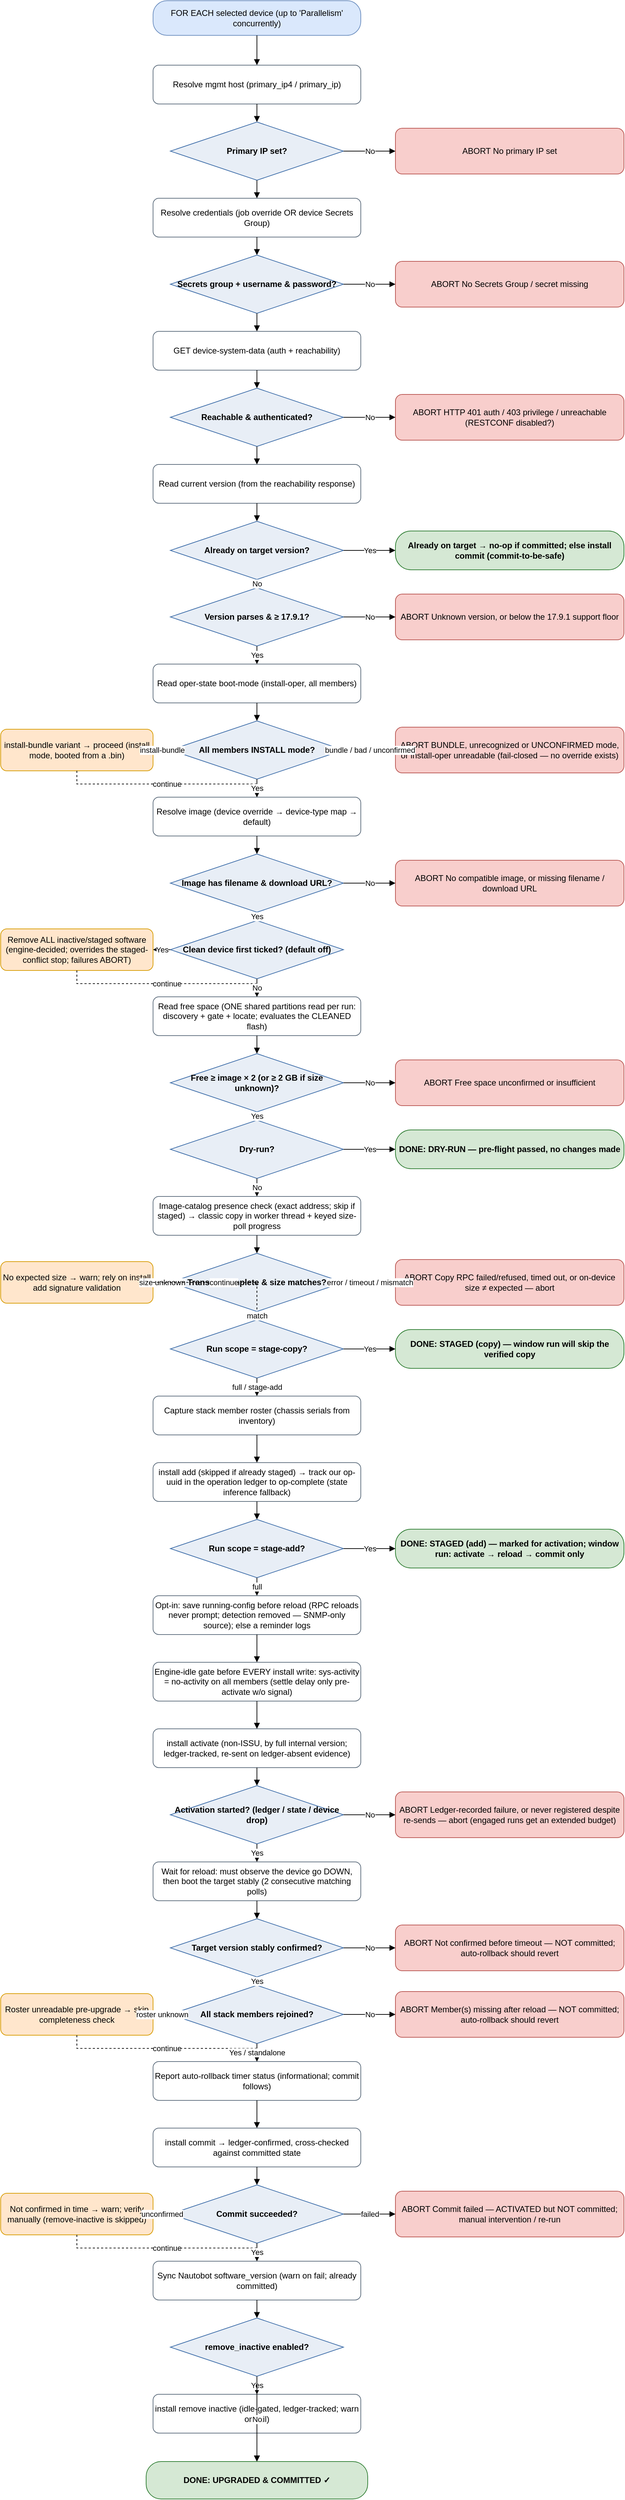
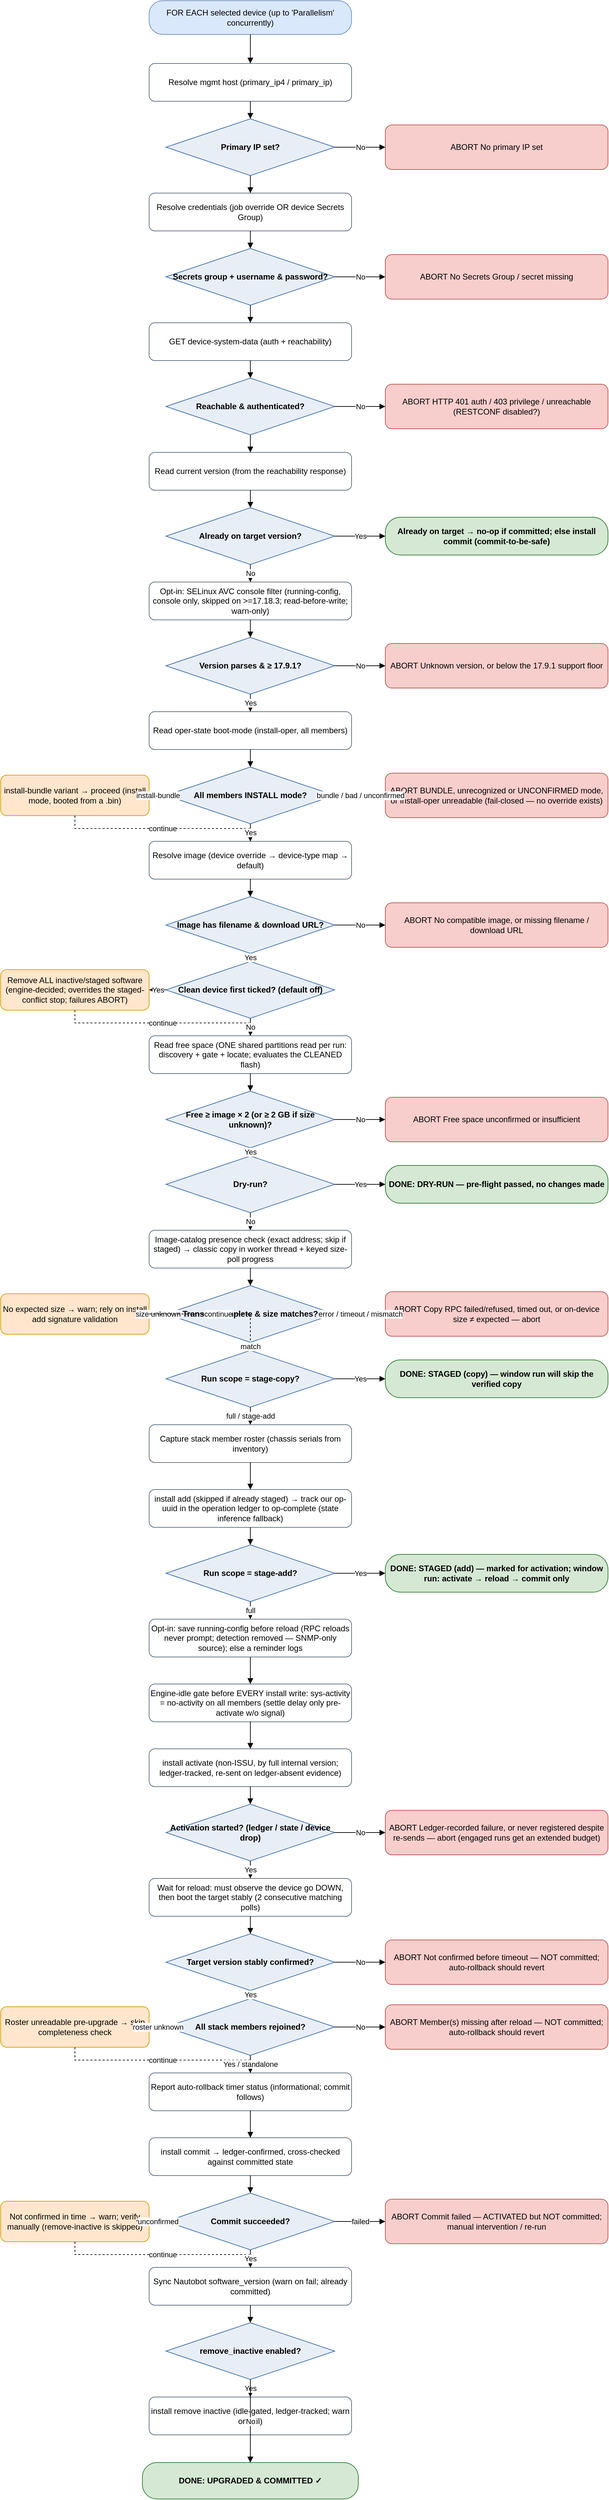
<mxfile host="app.diagrams.net" type="device">
  <diagram name="IOS-XE upgrade flow" id="iosxe-upgrade-flow">
    <mxGraphModel dx="1000" dy="2000" grid="1" gridSize="10" guides="1" tooltips="1"
        connect="1" arrows="1" fold="1" page="1" pageScale="1" math="0" shadow="0">
      <root>
        <mxCell id="0"/>
        <mxCell id="1" parent="0"/>
        <mxCell id="start" value="FOR EACH selected device&amp;#10;(up to &#x27;Parallelism&#x27; concurrently)" style="rounded=1;arcSize=40;whiteSpace=wrap;html=1;fillColor=#DAE8FC;strokeColor=#6C8EBF;" vertex="1" parent="1"><mxGeometry x="250" y="31" width="300" height="50" as="geometry"/></mxCell>
        <mxCell id="host" value="Resolve mgmt host&amp;#10;(primary_ip4 / primary_ip)" style="rounded=1;whiteSpace=wrap;html=1;fillColor=#FFFFFF;strokeColor=#5B6B7B;" vertex="1" parent="1"><mxGeometry x="250" y="124" width="300" height="56" as="geometry"/></mxCell>
        <mxCell id="d_ip" value="Primary IP set?" style="rhombus;whiteSpace=wrap;html=1;fillColor=#E8EEF6;strokeColor=#3C6CA8;fontStyle=1;" vertex="1" parent="1"><mxGeometry x="275" y="206" width="250" height="84" as="geometry"/></mxCell>
        <mxCell id="cred" value="Resolve credentials&amp;#10;(job override OR device Secrets Group)" style="rounded=1;whiteSpace=wrap;html=1;fillColor=#FFFFFF;strokeColor=#5B6B7B;" vertex="1" parent="1"><mxGeometry x="250" y="316" width="300" height="56" as="geometry"/></mxCell>
        <mxCell id="d_cred" value="Secrets group +&amp;#10;username &amp; password?" style="rhombus;whiteSpace=wrap;html=1;fillColor=#E8EEF6;strokeColor=#3C6CA8;fontStyle=1;" vertex="1" parent="1"><mxGeometry x="275" y="398" width="250" height="84" as="geometry"/></mxCell>
        <mxCell id="reach" value="GET device-system-data&amp;#10;(auth + reachability)" style="rounded=1;whiteSpace=wrap;html=1;fillColor=#FFFFFF;strokeColor=#5B6B7B;" vertex="1" parent="1"><mxGeometry x="250" y="508" width="300" height="56" as="geometry"/></mxCell>
        <mxCell id="d_reach" value="Reachable &amp;&amp;#10;authenticated?" style="rhombus;whiteSpace=wrap;html=1;fillColor=#E8EEF6;strokeColor=#3C6CA8;fontStyle=1;" vertex="1" parent="1"><mxGeometry x="275" y="590" width="250" height="84" as="geometry"/></mxCell>
        <mxCell id="curr" value="Read current version&amp;#10;(from the reachability response)" style="rounded=1;whiteSpace=wrap;html=1;fillColor=#FFFFFF;strokeColor=#5B6B7B;" vertex="1" parent="1"><mxGeometry x="250" y="700" width="300" height="56" as="geometry"/></mxCell>
        <mxCell id="d_target" value="Already on&amp;#10;target version?" style="rhombus;whiteSpace=wrap;html=1;fillColor=#E8EEF6;strokeColor=#3C6CA8;fontStyle=1;" vertex="1" parent="1"><mxGeometry x="275" y="782" width="250" height="84" as="geometry"/></mxCell>
-         <mxCell id="d_floor" value="Version parses&amp;#10;&amp; ≥ 17.9.1?" style="rhombus;whiteSpace=wrap;html=1;fillColor=#E8EEF6;strokeColor=#3C6CA8;fontStyle=1;" vertex="1" parent="1"><mxGeometry x="275" y="878" width="250" height="84" as="geometry"/></mxCell>
-         <mxCell id="mode" value="Read oper-state boot-mode&amp;#10;(install-oper, all members)" style="rounded=1;whiteSpace=wrap;html=1;fillColor=#FFFFFF;strokeColor=#5B6B7B;" vertex="1" parent="1"><mxGeometry x="250" y="988" width="300" height="56" as="geometry"/></mxCell>
-         <mxCell id="d_mode" value="All members&amp;#10;INSTALL mode?" style="rhombus;whiteSpace=wrap;html=1;fillColor=#E8EEF6;strokeColor=#3C6CA8;fontStyle=1;" vertex="1" parent="1"><mxGeometry x="275" y="1070" width="250" height="84" as="geometry"/></mxCell>
-         <mxCell id="img" value="Resolve image (device override →&amp;#10;device-type map → default)" style="rounded=1;whiteSpace=wrap;html=1;fillColor=#FFFFFF;strokeColor=#5B6B7B;" vertex="1" parent="1"><mxGeometry x="250" y="1180" width="300" height="56" as="geometry"/></mxCell>
-         <mxCell id="d_img" value="Image has filename&amp;#10;&amp; download URL?" style="rhombus;whiteSpace=wrap;html=1;fillColor=#E8EEF6;strokeColor=#3C6CA8;fontStyle=1;" vertex="1" parent="1"><mxGeometry x="275" y="1262" width="250" height="84" as="geometry"/></mxCell>
-         <mxCell id="d_clean" value="Clean device first&amp;#10;ticked? (default off)" style="rhombus;whiteSpace=wrap;html=1;fillColor=#E8EEF6;strokeColor=#3C6CA8;fontStyle=1;" vertex="1" parent="1"><mxGeometry x="275" y="1358" width="250" height="84" as="geometry"/></mxCell>
-         <mxCell id="space" value="Read free space (ONE shared partitions&amp;#10;read per run: discovery + gate + locate;&amp;#10;evaluates the CLEANED flash)" style="rounded=1;whiteSpace=wrap;html=1;fillColor=#FFFFFF;strokeColor=#5B6B7B;" vertex="1" parent="1"><mxGeometry x="250" y="1468" width="300" height="56" as="geometry"/></mxCell>
-         <mxCell id="d_space" value="Free ≥ image × 2&amp;#10;(or ≥ 2 GB if size unknown)?" style="rhombus;whiteSpace=wrap;html=1;fillColor=#E8EEF6;strokeColor=#3C6CA8;fontStyle=1;" vertex="1" parent="1"><mxGeometry x="275" y="1550" width="250" height="84" as="geometry"/></mxCell>
-         <mxCell id="d_dry" value="Dry-run?" style="rhombus;whiteSpace=wrap;html=1;fillColor=#E8EEF6;strokeColor=#3C6CA8;fontStyle=1;" vertex="1" parent="1"><mxGeometry x="275" y="1646" width="250" height="84" as="geometry"/></mxCell>
-         <mxCell id="copy" value="Image-catalog presence check (exact address;&amp;#10;skip if staged) → classic copy in worker&amp;#10;thread + keyed size-poll progress" style="rounded=1;whiteSpace=wrap;html=1;fillColor=#FFFFFF;strokeColor=#5B6B7B;" vertex="1" parent="1"><mxGeometry x="250" y="1756" width="300" height="56" as="geometry"/></mxCell>
-         <mxCell id="d_size" value="Transfer complete&amp;#10;&amp; size matches?" style="rhombus;whiteSpace=wrap;html=1;fillColor=#E8EEF6;strokeColor=#3C6CA8;fontStyle=1;" vertex="1" parent="1"><mxGeometry x="275" y="1838" width="250" height="84" as="geometry"/></mxCell>
-         <mxCell id="d_stagecopy" value="Run scope =&amp;#10;stage-copy?" style="rhombus;whiteSpace=wrap;html=1;fillColor=#E8EEF6;strokeColor=#3C6CA8;fontStyle=1;" vertex="1" parent="1"><mxGeometry x="275" y="1934" width="250" height="84" as="geometry"/></mxCell>
-         <mxCell id="roster" value="Capture stack member roster&amp;#10;(chassis serials from inventory)" style="rounded=1;whiteSpace=wrap;html=1;fillColor=#FFFFFF;strokeColor=#5B6B7B;" vertex="1" parent="1"><mxGeometry x="250" y="2044" width="300" height="56" as="geometry"/></mxCell>
-         <mxCell id="add" value="install add (skipped if already staged) →&amp;#10;track our op-uuid in the operation ledger&amp;#10;to op-complete (state inference fallback)" style="rounded=1;whiteSpace=wrap;html=1;fillColor=#FFFFFF;strokeColor=#5B6B7B;" vertex="1" parent="1"><mxGeometry x="250" y="2140" width="300" height="56" as="geometry"/></mxCell>
-         <mxCell id="d_stageadd" value="Run scope =&amp;#10;stage-add?" style="rhombus;whiteSpace=wrap;html=1;fillColor=#E8EEF6;strokeColor=#3C6CA8;fontStyle=1;" vertex="1" parent="1"><mxGeometry x="275" y="2222" width="250" height="84" as="geometry"/></mxCell>
-         <mxCell id="cfgsync" value="Opt-in: save running-config before reload&amp;#10;(RPC reloads never prompt; detection removed&amp;#10;— SNMP-only source); else a reminder logs" style="rounded=1;whiteSpace=wrap;html=1;fillColor=#FFFFFF;strokeColor=#5B6B7B;" vertex="1" parent="1"><mxGeometry x="250" y="2332" width="300" height="56" as="geometry"/></mxCell>
-         <mxCell id="idle" value="Engine-idle gate before EVERY install write:&amp;#10;sys-activity = no-activity on all members&amp;#10;(settle delay only pre-activate w/o signal)" style="rounded=1;whiteSpace=wrap;html=1;fillColor=#FFFFFF;strokeColor=#5B6B7B;" vertex="1" parent="1"><mxGeometry x="250" y="2428" width="300" height="56" as="geometry"/></mxCell>
-         <mxCell id="act" value="install activate (non-ISSU, by full internal&amp;#10;version; ledger-tracked,&amp;#10;re-sent on ledger-absent evidence)" style="rounded=1;whiteSpace=wrap;html=1;fillColor=#FFFFFF;strokeColor=#5B6B7B;" vertex="1" parent="1"><mxGeometry x="250" y="2524" width="300" height="56" as="geometry"/></mxCell>
-         <mxCell id="d_act" value="Activation started?&amp;#10;(ledger / state / device drop)" style="rhombus;whiteSpace=wrap;html=1;fillColor=#E8EEF6;strokeColor=#3C6CA8;fontStyle=1;" vertex="1" parent="1"><mxGeometry x="275" y="2606" width="250" height="84" as="geometry"/></mxCell>
-         <mxCell id="waitc" value="Wait for reload: must observe the device&amp;#10;go DOWN, then boot the target stably&amp;#10;(2 consecutive matching polls)" style="rounded=1;whiteSpace=wrap;html=1;fillColor=#FFFFFF;strokeColor=#5B6B7B;" vertex="1" parent="1"><mxGeometry x="250" y="2716" width="300" height="56" as="geometry"/></mxCell>
-         <mxCell id="d_confirm" value="Target version&amp;#10;stably confirmed?" style="rhombus;whiteSpace=wrap;html=1;fillColor=#E8EEF6;strokeColor=#3C6CA8;fontStyle=1;" vertex="1" parent="1"><mxGeometry x="275" y="2798" width="250" height="84" as="geometry"/></mxCell>
-         <mxCell id="d_members" value="All stack members&amp;#10;rejoined?" style="rhombus;whiteSpace=wrap;html=1;fillColor=#E8EEF6;strokeColor=#3C6CA8;fontStyle=1;" vertex="1" parent="1"><mxGeometry x="275" y="2894" width="250" height="84" as="geometry"/></mxCell>
-         <mxCell id="rollbackchk" value="Report auto-rollback timer status&amp;#10;(informational; commit follows)" style="rounded=1;whiteSpace=wrap;html=1;fillColor=#FFFFFF;strokeColor=#5B6B7B;" vertex="1" parent="1"><mxGeometry x="250" y="3004" width="300" height="56" as="geometry"/></mxCell>
-         <mxCell id="commit" value="install commit → ledger-confirmed,&amp;#10;cross-checked against committed state" style="rounded=1;whiteSpace=wrap;html=1;fillColor=#FFFFFF;strokeColor=#5B6B7B;" vertex="1" parent="1"><mxGeometry x="250" y="3100" width="300" height="56" as="geometry"/></mxCell>
-         <mxCell id="d_commit" value="Commit&amp;#10;succeeded?" style="rhombus;whiteSpace=wrap;html=1;fillColor=#E8EEF6;strokeColor=#3C6CA8;fontStyle=1;" vertex="1" parent="1"><mxGeometry x="275" y="3182" width="250" height="84" as="geometry"/></mxCell>
-         <mxCell id="sync" value="Sync Nautobot software_version&amp;#10;(warn on fail; already committed)" style="rounded=1;whiteSpace=wrap;html=1;fillColor=#FFFFFF;strokeColor=#5B6B7B;" vertex="1" parent="1"><mxGeometry x="250" y="3292" width="300" height="56" as="geometry"/></mxCell>
-         <mxCell id="d_remove" value="remove_inactive&amp;#10;enabled?" style="rhombus;whiteSpace=wrap;html=1;fillColor=#E8EEF6;strokeColor=#3C6CA8;fontStyle=1;" vertex="1" parent="1"><mxGeometry x="275" y="3374" width="250" height="84" as="geometry"/></mxCell>
-         <mxCell id="remove" value="install remove inactive (idle-gated,&amp;#10;ledger-tracked; warn on fail)" style="rounded=1;whiteSpace=wrap;html=1;fillColor=#FFFFFF;strokeColor=#5B6B7B;" vertex="1" parent="1"><mxGeometry x="250" y="3484" width="300" height="56" as="geometry"/></mxCell>
-         <mxCell id="ok" value="DONE: UPGRADED &amp; COMMITTED ✓" style="rounded=1;arcSize=40;whiteSpace=wrap;html=1;fillColor=#D5E8D4;strokeColor=#2E7D32;fontStyle=1;" vertex="1" parent="1"><mxGeometry x="240" y="3581" width="320" height="54" as="geometry"/></mxCell>
+         <mxCell id="avcsup" value="Opt-in: SELinux AVC console filter&amp;#10;(running-config, console only, skipped on&amp;#10;&gt;=17.18.3; read-before-write; warn-only)" style="rounded=1;whiteSpace=wrap;html=1;fillColor=#FFFFFF;strokeColor=#5B6B7B;" vertex="1" parent="1"><mxGeometry x="250" y="892" width="300" height="56" as="geometry"/></mxCell>
+         <mxCell id="d_floor" value="Version parses&amp;#10;&amp; ≥ 17.9.1?" style="rhombus;whiteSpace=wrap;html=1;fillColor=#E8EEF6;strokeColor=#3C6CA8;fontStyle=1;" vertex="1" parent="1"><mxGeometry x="275" y="974" width="250" height="84" as="geometry"/></mxCell>
+         <mxCell id="mode" value="Read oper-state boot-mode&amp;#10;(install-oper, all members)" style="rounded=1;whiteSpace=wrap;html=1;fillColor=#FFFFFF;strokeColor=#5B6B7B;" vertex="1" parent="1"><mxGeometry x="250" y="1084" width="300" height="56" as="geometry"/></mxCell>
+         <mxCell id="d_mode" value="All members&amp;#10;INSTALL mode?" style="rhombus;whiteSpace=wrap;html=1;fillColor=#E8EEF6;strokeColor=#3C6CA8;fontStyle=1;" vertex="1" parent="1"><mxGeometry x="275" y="1166" width="250" height="84" as="geometry"/></mxCell>
+         <mxCell id="img" value="Resolve image (device override →&amp;#10;device-type map → default)" style="rounded=1;whiteSpace=wrap;html=1;fillColor=#FFFFFF;strokeColor=#5B6B7B;" vertex="1" parent="1"><mxGeometry x="250" y="1276" width="300" height="56" as="geometry"/></mxCell>
+         <mxCell id="d_img" value="Image has filename&amp;#10;&amp; download URL?" style="rhombus;whiteSpace=wrap;html=1;fillColor=#E8EEF6;strokeColor=#3C6CA8;fontStyle=1;" vertex="1" parent="1"><mxGeometry x="275" y="1358" width="250" height="84" as="geometry"/></mxCell>
+         <mxCell id="d_clean" value="Clean device first&amp;#10;ticked? (default off)" style="rhombus;whiteSpace=wrap;html=1;fillColor=#E8EEF6;strokeColor=#3C6CA8;fontStyle=1;" vertex="1" parent="1"><mxGeometry x="275" y="1454" width="250" height="84" as="geometry"/></mxCell>
+         <mxCell id="space" value="Read free space (ONE shared partitions&amp;#10;read per run: discovery + gate + locate;&amp;#10;evaluates the CLEANED flash)" style="rounded=1;whiteSpace=wrap;html=1;fillColor=#FFFFFF;strokeColor=#5B6B7B;" vertex="1" parent="1"><mxGeometry x="250" y="1564" width="300" height="56" as="geometry"/></mxCell>
+         <mxCell id="d_space" value="Free ≥ image × 2&amp;#10;(or ≥ 2 GB if size unknown)?" style="rhombus;whiteSpace=wrap;html=1;fillColor=#E8EEF6;strokeColor=#3C6CA8;fontStyle=1;" vertex="1" parent="1"><mxGeometry x="275" y="1646" width="250" height="84" as="geometry"/></mxCell>
+         <mxCell id="d_dry" value="Dry-run?" style="rhombus;whiteSpace=wrap;html=1;fillColor=#E8EEF6;strokeColor=#3C6CA8;fontStyle=1;" vertex="1" parent="1"><mxGeometry x="275" y="1742" width="250" height="84" as="geometry"/></mxCell>
+         <mxCell id="copy" value="Image-catalog presence check (exact address;&amp;#10;skip if staged) → classic copy in worker&amp;#10;thread + keyed size-poll progress" style="rounded=1;whiteSpace=wrap;html=1;fillColor=#FFFFFF;strokeColor=#5B6B7B;" vertex="1" parent="1"><mxGeometry x="250" y="1852" width="300" height="56" as="geometry"/></mxCell>
+         <mxCell id="d_size" value="Transfer complete&amp;#10;&amp; size matches?" style="rhombus;whiteSpace=wrap;html=1;fillColor=#E8EEF6;strokeColor=#3C6CA8;fontStyle=1;" vertex="1" parent="1"><mxGeometry x="275" y="1934" width="250" height="84" as="geometry"/></mxCell>
+         <mxCell id="d_stagecopy" value="Run scope =&amp;#10;stage-copy?" style="rhombus;whiteSpace=wrap;html=1;fillColor=#E8EEF6;strokeColor=#3C6CA8;fontStyle=1;" vertex="1" parent="1"><mxGeometry x="275" y="2030" width="250" height="84" as="geometry"/></mxCell>
+         <mxCell id="roster" value="Capture stack member roster&amp;#10;(chassis serials from inventory)" style="rounded=1;whiteSpace=wrap;html=1;fillColor=#FFFFFF;strokeColor=#5B6B7B;" vertex="1" parent="1"><mxGeometry x="250" y="2140" width="300" height="56" as="geometry"/></mxCell>
+         <mxCell id="add" value="install add (skipped if already staged) →&amp;#10;track our op-uuid in the operation ledger&amp;#10;to op-complete (state inference fallback)" style="rounded=1;whiteSpace=wrap;html=1;fillColor=#FFFFFF;strokeColor=#5B6B7B;" vertex="1" parent="1"><mxGeometry x="250" y="2236" width="300" height="56" as="geometry"/></mxCell>
+         <mxCell id="d_stageadd" value="Run scope =&amp;#10;stage-add?" style="rhombus;whiteSpace=wrap;html=1;fillColor=#E8EEF6;strokeColor=#3C6CA8;fontStyle=1;" vertex="1" parent="1"><mxGeometry x="275" y="2318" width="250" height="84" as="geometry"/></mxCell>
+         <mxCell id="cfgsync" value="Opt-in: save running-config before reload&amp;#10;(RPC reloads never prompt; detection removed&amp;#10;— SNMP-only source); else a reminder logs" style="rounded=1;whiteSpace=wrap;html=1;fillColor=#FFFFFF;strokeColor=#5B6B7B;" vertex="1" parent="1"><mxGeometry x="250" y="2428" width="300" height="56" as="geometry"/></mxCell>
+         <mxCell id="idle" value="Engine-idle gate before EVERY install write:&amp;#10;sys-activity = no-activity on all members&amp;#10;(settle delay only pre-activate w/o signal)" style="rounded=1;whiteSpace=wrap;html=1;fillColor=#FFFFFF;strokeColor=#5B6B7B;" vertex="1" parent="1"><mxGeometry x="250" y="2524" width="300" height="56" as="geometry"/></mxCell>
+         <mxCell id="act" value="install activate (non-ISSU, by full internal&amp;#10;version; ledger-tracked,&amp;#10;re-sent on ledger-absent evidence)" style="rounded=1;whiteSpace=wrap;html=1;fillColor=#FFFFFF;strokeColor=#5B6B7B;" vertex="1" parent="1"><mxGeometry x="250" y="2620" width="300" height="56" as="geometry"/></mxCell>
+         <mxCell id="d_act" value="Activation started?&amp;#10;(ledger / state / device drop)" style="rhombus;whiteSpace=wrap;html=1;fillColor=#E8EEF6;strokeColor=#3C6CA8;fontStyle=1;" vertex="1" parent="1"><mxGeometry x="275" y="2702" width="250" height="84" as="geometry"/></mxCell>
+         <mxCell id="waitc" value="Wait for reload: must observe the device&amp;#10;go DOWN, then boot the target stably&amp;#10;(2 consecutive matching polls)" style="rounded=1;whiteSpace=wrap;html=1;fillColor=#FFFFFF;strokeColor=#5B6B7B;" vertex="1" parent="1"><mxGeometry x="250" y="2812" width="300" height="56" as="geometry"/></mxCell>
+         <mxCell id="d_confirm" value="Target version&amp;#10;stably confirmed?" style="rhombus;whiteSpace=wrap;html=1;fillColor=#E8EEF6;strokeColor=#3C6CA8;fontStyle=1;" vertex="1" parent="1"><mxGeometry x="275" y="2894" width="250" height="84" as="geometry"/></mxCell>
+         <mxCell id="d_members" value="All stack members&amp;#10;rejoined?" style="rhombus;whiteSpace=wrap;html=1;fillColor=#E8EEF6;strokeColor=#3C6CA8;fontStyle=1;" vertex="1" parent="1"><mxGeometry x="275" y="2990" width="250" height="84" as="geometry"/></mxCell>
+         <mxCell id="rollbackchk" value="Report auto-rollback timer status&amp;#10;(informational; commit follows)" style="rounded=1;whiteSpace=wrap;html=1;fillColor=#FFFFFF;strokeColor=#5B6B7B;" vertex="1" parent="1"><mxGeometry x="250" y="3100" width="300" height="56" as="geometry"/></mxCell>
+         <mxCell id="commit" value="install commit → ledger-confirmed,&amp;#10;cross-checked against committed state" style="rounded=1;whiteSpace=wrap;html=1;fillColor=#FFFFFF;strokeColor=#5B6B7B;" vertex="1" parent="1"><mxGeometry x="250" y="3196" width="300" height="56" as="geometry"/></mxCell>
+         <mxCell id="d_commit" value="Commit&amp;#10;succeeded?" style="rhombus;whiteSpace=wrap;html=1;fillColor=#E8EEF6;strokeColor=#3C6CA8;fontStyle=1;" vertex="1" parent="1"><mxGeometry x="275" y="3278" width="250" height="84" as="geometry"/></mxCell>
+         <mxCell id="sync" value="Sync Nautobot software_version&amp;#10;(warn on fail; already committed)" style="rounded=1;whiteSpace=wrap;html=1;fillColor=#FFFFFF;strokeColor=#5B6B7B;" vertex="1" parent="1"><mxGeometry x="250" y="3388" width="300" height="56" as="geometry"/></mxCell>
+         <mxCell id="d_remove" value="remove_inactive&amp;#10;enabled?" style="rhombus;whiteSpace=wrap;html=1;fillColor=#E8EEF6;strokeColor=#3C6CA8;fontStyle=1;" vertex="1" parent="1"><mxGeometry x="275" y="3470" width="250" height="84" as="geometry"/></mxCell>
+         <mxCell id="remove" value="install remove inactive (idle-gated,&amp;#10;ledger-tracked; warn on fail)" style="rounded=1;whiteSpace=wrap;html=1;fillColor=#FFFFFF;strokeColor=#5B6B7B;" vertex="1" parent="1"><mxGeometry x="250" y="3580" width="300" height="56" as="geometry"/></mxCell>
+         <mxCell id="ok" value="DONE: UPGRADED &amp; COMMITTED ✓" style="rounded=1;arcSize=40;whiteSpace=wrap;html=1;fillColor=#D5E8D4;strokeColor=#2E7D32;fontStyle=1;" vertex="1" parent="1"><mxGeometry x="240" y="3677" width="320" height="54" as="geometry"/></mxCell>
        <mxCell id="d_ip_abort" value="ABORT&amp;#10;No primary IP set" style="rounded=1;whiteSpace=wrap;html=1;fillColor=#F8CECC;strokeColor=#B85450;" vertex="1" parent="1"><mxGeometry x="600" y="215" width="330" height="66" as="geometry"/></mxCell>
        <mxCell id="d_cred_abort" value="ABORT&amp;#10;No Secrets Group / secret missing" style="rounded=1;whiteSpace=wrap;html=1;fillColor=#F8CECC;strokeColor=#B85450;" vertex="1" parent="1"><mxGeometry x="600" y="407" width="330" height="66" as="geometry"/></mxCell>
        <mxCell id="d_reach_abort" value="ABORT&amp;#10;HTTP 401 auth / 403 privilege /&amp;#10;unreachable (RESTCONF disabled?)" style="rounded=1;whiteSpace=wrap;html=1;fillColor=#F8CECC;strokeColor=#B85450;" vertex="1" parent="1"><mxGeometry x="600" y="599" width="330" height="66" as="geometry"/></mxCell>
        <mxCell id="d_target_ok" value="Already on target → no-op if committed;&amp;#10;else install commit (commit-to-be-safe)" style="rounded=1;arcSize=40;whiteSpace=wrap;html=1;fillColor=#D5E8D4;strokeColor=#2E7D32;fontStyle=1;" vertex="1" parent="1"><mxGeometry x="600" y="796" width="330" height="56" as="geometry"/></mxCell>
-         <mxCell id="d_floor_abort" value="ABORT&amp;#10;Unknown version, or below the&amp;#10;17.9.1 support floor" style="rounded=1;whiteSpace=wrap;html=1;fillColor=#F8CECC;strokeColor=#B85450;" vertex="1" parent="1"><mxGeometry x="600" y="887" width="330" height="66" as="geometry"/></mxCell>
-         <mxCell id="d_mode_abort" value="ABORT&amp;#10;BUNDLE, unrecognized or UNCONFIRMED&amp;#10;mode, or install-oper unreadable&amp;#10;(fail-closed — no override exists)" style="rounded=1;whiteSpace=wrap;html=1;fillColor=#F8CECC;strokeColor=#B85450;" vertex="1" parent="1"><mxGeometry x="600" y="1079" width="330" height="66" as="geometry"/></mxCell>
-         <mxCell id="d_mode_warn" value="install-bundle variant → proceed&amp;#10;(install mode, booted from a .bin)" style="rounded=1;whiteSpace=wrap;html=1;fillColor=#FFE6CC;strokeColor=#D79B00;" vertex="1" parent="1"><mxGeometry x="30" y="1082" width="220" height="60" as="geometry"/></mxCell>
-         <mxCell id="d_img_abort" value="ABORT&amp;#10;No compatible image, or missing&amp;#10;filename / download URL" style="rounded=1;whiteSpace=wrap;html=1;fillColor=#F8CECC;strokeColor=#B85450;" vertex="1" parent="1"><mxGeometry x="600" y="1271" width="330" height="66" as="geometry"/></mxCell>
-         <mxCell id="d_clean_warn" value="Remove ALL inactive/staged software&amp;#10;(engine-decided; overrides the staged-&amp;#10;conflict stop; failures ABORT)" style="rounded=1;whiteSpace=wrap;html=1;fillColor=#FFE6CC;strokeColor=#D79B00;" vertex="1" parent="1"><mxGeometry x="30" y="1370" width="220" height="60" as="geometry"/></mxCell>
-         <mxCell id="d_space_abort" value="ABORT&amp;#10;Free space unconfirmed or&amp;#10;insufficient" style="rounded=1;whiteSpace=wrap;html=1;fillColor=#F8CECC;strokeColor=#B85450;" vertex="1" parent="1"><mxGeometry x="600" y="1559" width="330" height="66" as="geometry"/></mxCell>
-         <mxCell id="d_dry_ok" value="DONE: DRY-RUN — pre-flight&amp;#10;passed, no changes made" style="rounded=1;arcSize=40;whiteSpace=wrap;html=1;fillColor=#D5E8D4;strokeColor=#2E7D32;fontStyle=1;" vertex="1" parent="1"><mxGeometry x="600" y="1660" width="330" height="56" as="geometry"/></mxCell>
-         <mxCell id="d_size_abort" value="ABORT&amp;#10;Copy RPC failed/refused, timed out,&amp;#10;or on-device size ≠ expected — abort" style="rounded=1;whiteSpace=wrap;html=1;fillColor=#F8CECC;strokeColor=#B85450;" vertex="1" parent="1"><mxGeometry x="600" y="1847" width="330" height="66" as="geometry"/></mxCell>
-         <mxCell id="d_size_warn" value="No expected size → warn; rely on&amp;#10;install add signature validation" style="rounded=1;whiteSpace=wrap;html=1;fillColor=#FFE6CC;strokeColor=#D79B00;" vertex="1" parent="1"><mxGeometry x="30" y="1850" width="220" height="60" as="geometry"/></mxCell>
-         <mxCell id="d_stagecopy_ok" value="DONE: STAGED (copy) — window run&amp;#10;will skip the verified copy" style="rounded=1;arcSize=40;whiteSpace=wrap;html=1;fillColor=#D5E8D4;strokeColor=#2E7D32;fontStyle=1;" vertex="1" parent="1"><mxGeometry x="600" y="1948" width="330" height="56" as="geometry"/></mxCell>
-         <mxCell id="d_stageadd_ok" value="DONE: STAGED (add) — marked for&amp;#10;activation; window run: activate →&amp;#10;reload → commit only" style="rounded=1;arcSize=40;whiteSpace=wrap;html=1;fillColor=#D5E8D4;strokeColor=#2E7D32;fontStyle=1;" vertex="1" parent="1"><mxGeometry x="600" y="2236" width="330" height="56" as="geometry"/></mxCell>
-         <mxCell id="d_act_abort" value="ABORT&amp;#10;Ledger-recorded failure, or never&amp;#10;registered despite re-sends — abort&amp;#10;(engaged runs get an extended budget)" style="rounded=1;whiteSpace=wrap;html=1;fillColor=#F8CECC;strokeColor=#B85450;" vertex="1" parent="1"><mxGeometry x="600" y="2615" width="330" height="66" as="geometry"/></mxCell>
-         <mxCell id="d_confirm_abort" value="ABORT&amp;#10;Not confirmed before timeout — NOT&amp;#10;committed; auto-rollback should revert" style="rounded=1;whiteSpace=wrap;html=1;fillColor=#F8CECC;strokeColor=#B85450;" vertex="1" parent="1"><mxGeometry x="600" y="2807" width="330" height="66" as="geometry"/></mxCell>
-         <mxCell id="d_members_abort" value="ABORT&amp;#10;Member(s) missing after reload — NOT&amp;#10;committed; auto-rollback should revert" style="rounded=1;whiteSpace=wrap;html=1;fillColor=#F8CECC;strokeColor=#B85450;" vertex="1" parent="1"><mxGeometry x="600" y="2903" width="330" height="66" as="geometry"/></mxCell>
-         <mxCell id="d_members_warn" value="Roster unreadable pre-upgrade →&amp;#10;skip completeness check" style="rounded=1;whiteSpace=wrap;html=1;fillColor=#FFE6CC;strokeColor=#D79B00;" vertex="1" parent="1"><mxGeometry x="30" y="2906" width="220" height="60" as="geometry"/></mxCell>
-         <mxCell id="d_commit_abort" value="ABORT&amp;#10;Commit failed — ACTIVATED but NOT&amp;#10;committed; manual intervention / re-run" style="rounded=1;whiteSpace=wrap;html=1;fillColor=#F8CECC;strokeColor=#B85450;" vertex="1" parent="1"><mxGeometry x="600" y="3191" width="330" height="66" as="geometry"/></mxCell>
-         <mxCell id="d_commit_warn" value="Not confirmed in time → warn;&amp;#10;verify manually (remove-inactive&amp;#10;is skipped)" style="rounded=1;whiteSpace=wrap;html=1;fillColor=#FFE6CC;strokeColor=#D79B00;" vertex="1" parent="1"><mxGeometry x="30" y="3194" width="220" height="60" as="geometry"/></mxCell>
+         <mxCell id="d_floor_abort" value="ABORT&amp;#10;Unknown version, or below the&amp;#10;17.9.1 support floor" style="rounded=1;whiteSpace=wrap;html=1;fillColor=#F8CECC;strokeColor=#B85450;" vertex="1" parent="1"><mxGeometry x="600" y="983" width="330" height="66" as="geometry"/></mxCell>
+         <mxCell id="d_mode_abort" value="ABORT&amp;#10;BUNDLE, unrecognized or UNCONFIRMED&amp;#10;mode, or install-oper unreadable&amp;#10;(fail-closed — no override exists)" style="rounded=1;whiteSpace=wrap;html=1;fillColor=#F8CECC;strokeColor=#B85450;" vertex="1" parent="1"><mxGeometry x="600" y="1175" width="330" height="66" as="geometry"/></mxCell>
+         <mxCell id="d_mode_warn" value="install-bundle variant → proceed&amp;#10;(install mode, booted from a .bin)" style="rounded=1;whiteSpace=wrap;html=1;fillColor=#FFE6CC;strokeColor=#D79B00;" vertex="1" parent="1"><mxGeometry x="30" y="1178" width="220" height="60" as="geometry"/></mxCell>
+         <mxCell id="d_img_abort" value="ABORT&amp;#10;No compatible image, or missing&amp;#10;filename / download URL" style="rounded=1;whiteSpace=wrap;html=1;fillColor=#F8CECC;strokeColor=#B85450;" vertex="1" parent="1"><mxGeometry x="600" y="1367" width="330" height="66" as="geometry"/></mxCell>
+         <mxCell id="d_clean_warn" value="Remove ALL inactive/staged software&amp;#10;(engine-decided; overrides the staged-&amp;#10;conflict stop; failures ABORT)" style="rounded=1;whiteSpace=wrap;html=1;fillColor=#FFE6CC;strokeColor=#D79B00;" vertex="1" parent="1"><mxGeometry x="30" y="1466" width="220" height="60" as="geometry"/></mxCell>
+         <mxCell id="d_space_abort" value="ABORT&amp;#10;Free space unconfirmed or&amp;#10;insufficient" style="rounded=1;whiteSpace=wrap;html=1;fillColor=#F8CECC;strokeColor=#B85450;" vertex="1" parent="1"><mxGeometry x="600" y="1655" width="330" height="66" as="geometry"/></mxCell>
+         <mxCell id="d_dry_ok" value="DONE: DRY-RUN — pre-flight&amp;#10;passed, no changes made" style="rounded=1;arcSize=40;whiteSpace=wrap;html=1;fillColor=#D5E8D4;strokeColor=#2E7D32;fontStyle=1;" vertex="1" parent="1"><mxGeometry x="600" y="1756" width="330" height="56" as="geometry"/></mxCell>
+         <mxCell id="d_size_abort" value="ABORT&amp;#10;Copy RPC failed/refused, timed out,&amp;#10;or on-device size ≠ expected — abort" style="rounded=1;whiteSpace=wrap;html=1;fillColor=#F8CECC;strokeColor=#B85450;" vertex="1" parent="1"><mxGeometry x="600" y="1943" width="330" height="66" as="geometry"/></mxCell>
+         <mxCell id="d_size_warn" value="No expected size → warn; rely on&amp;#10;install add signature validation" style="rounded=1;whiteSpace=wrap;html=1;fillColor=#FFE6CC;strokeColor=#D79B00;" vertex="1" parent="1"><mxGeometry x="30" y="1946" width="220" height="60" as="geometry"/></mxCell>
+         <mxCell id="d_stagecopy_ok" value="DONE: STAGED (copy) — window run&amp;#10;will skip the verified copy" style="rounded=1;arcSize=40;whiteSpace=wrap;html=1;fillColor=#D5E8D4;strokeColor=#2E7D32;fontStyle=1;" vertex="1" parent="1"><mxGeometry x="600" y="2044" width="330" height="56" as="geometry"/></mxCell>
+         <mxCell id="d_stageadd_ok" value="DONE: STAGED (add) — marked for&amp;#10;activation; window run: activate →&amp;#10;reload → commit only" style="rounded=1;arcSize=40;whiteSpace=wrap;html=1;fillColor=#D5E8D4;strokeColor=#2E7D32;fontStyle=1;" vertex="1" parent="1"><mxGeometry x="600" y="2332" width="330" height="56" as="geometry"/></mxCell>
+         <mxCell id="d_act_abort" value="ABORT&amp;#10;Ledger-recorded failure, or never&amp;#10;registered despite re-sends — abort&amp;#10;(engaged runs get an extended budget)" style="rounded=1;whiteSpace=wrap;html=1;fillColor=#F8CECC;strokeColor=#B85450;" vertex="1" parent="1"><mxGeometry x="600" y="2711" width="330" height="66" as="geometry"/></mxCell>
+         <mxCell id="d_confirm_abort" value="ABORT&amp;#10;Not confirmed before timeout — NOT&amp;#10;committed; auto-rollback should revert" style="rounded=1;whiteSpace=wrap;html=1;fillColor=#F8CECC;strokeColor=#B85450;" vertex="1" parent="1"><mxGeometry x="600" y="2903" width="330" height="66" as="geometry"/></mxCell>
+         <mxCell id="d_members_abort" value="ABORT&amp;#10;Member(s) missing after reload — NOT&amp;#10;committed; auto-rollback should revert" style="rounded=1;whiteSpace=wrap;html=1;fillColor=#F8CECC;strokeColor=#B85450;" vertex="1" parent="1"><mxGeometry x="600" y="2999" width="330" height="66" as="geometry"/></mxCell>
+         <mxCell id="d_members_warn" value="Roster unreadable pre-upgrade →&amp;#10;skip completeness check" style="rounded=1;whiteSpace=wrap;html=1;fillColor=#FFE6CC;strokeColor=#D79B00;" vertex="1" parent="1"><mxGeometry x="30" y="3002" width="220" height="60" as="geometry"/></mxCell>
+         <mxCell id="d_commit_abort" value="ABORT&amp;#10;Commit failed — ACTIVATED but NOT&amp;#10;committed; manual intervention / re-run" style="rounded=1;whiteSpace=wrap;html=1;fillColor=#F8CECC;strokeColor=#B85450;" vertex="1" parent="1"><mxGeometry x="600" y="3287" width="330" height="66" as="geometry"/></mxCell>
+         <mxCell id="d_commit_warn" value="Not confirmed in time → warn;&amp;#10;verify manually (remove-inactive&amp;#10;is skipped)" style="rounded=1;whiteSpace=wrap;html=1;fillColor=#FFE6CC;strokeColor=#D79B00;" vertex="1" parent="1"><mxGeometry x="30" y="3290" width="220" height="60" as="geometry"/></mxCell>
        <mxCell id="e_d_ip_abort" value="No" style="edgeStyle=orthogonalEdgeStyle;rounded=0;html=1;endArrow=block;" edge="1" parent="1" source="d_ip" target="d_ip_abort"><mxGeometry relative="1" as="geometry"/></mxCell>
        <mxCell id="e_d_cred_abort" value="No" style="edgeStyle=orthogonalEdgeStyle;rounded=0;html=1;endArrow=block;" edge="1" parent="1" source="d_cred" target="d_cred_abort"><mxGeometry relative="1" as="geometry"/></mxCell>
        <mxCell id="e_d_reach_abort" value="No" style="edgeStyle=orthogonalEdgeStyle;rounded=0;html=1;endArrow=block;" edge="1" parent="1" source="d_reach" target="d_reach_abort"><mxGeometry relative="1" as="geometry"/></mxCell>
        <mxCell id="e_d_target_ok" value="Yes" style="edgeStyle=orthogonalEdgeStyle;rounded=0;html=1;endArrow=block;" edge="1" parent="1" source="d_target" target="d_target_ok"><mxGeometry relative="1" as="geometry"/></mxCell>
        <mxCell id="e_d_floor_abort" value="No" style="edgeStyle=orthogonalEdgeStyle;rounded=0;html=1;endArrow=block;" edge="1" parent="1" source="d_floor" target="d_floor_abort"><mxGeometry relative="1" as="geometry"/></mxCell>
        <mxCell id="e_d_mode_abort" value="bundle / bad /
unconfirmed" style="edgeStyle=orthogonalEdgeStyle;rounded=0;html=1;endArrow=block;" edge="1" parent="1" source="d_mode" target="d_mode_abort"><mxGeometry relative="1" as="geometry"/></mxCell>
        <mxCell id="e_d_mode_warn" value="install-bundle" style="edgeStyle=orthogonalEdgeStyle;rounded=0;html=1;endArrow=block;" edge="1" parent="1" source="d_mode" target="d_mode_warn"><mxGeometry relative="1" as="geometry"/></mxCell>
        <mxCell id="e_d_mode_warn_join" value="continue" style="edgeStyle=orthogonalEdgeStyle;rounded=0;html=1;endArrow=block;dashed=1;" edge="1" parent="1" source="d_mode_warn" target="img"><mxGeometry relative="1" as="geometry"/></mxCell>
        <mxCell id="e_d_img_abort" value="No" style="edgeStyle=orthogonalEdgeStyle;rounded=0;html=1;endArrow=block;" edge="1" parent="1" source="d_img" target="d_img_abort"><mxGeometry relative="1" as="geometry"/></mxCell>
        <mxCell id="e_d_clean_warn" value="Yes" style="edgeStyle=orthogonalEdgeStyle;rounded=0;html=1;endArrow=block;" edge="1" parent="1" source="d_clean" target="d_clean_warn"><mxGeometry relative="1" as="geometry"/></mxCell>
        <mxCell id="e_d_clean_warn_join" value="continue" style="edgeStyle=orthogonalEdgeStyle;rounded=0;html=1;endArrow=block;dashed=1;" edge="1" parent="1" source="d_clean_warn" target="space"><mxGeometry relative="1" as="geometry"/></mxCell>
        <mxCell id="e_d_space_abort" value="No" style="edgeStyle=orthogonalEdgeStyle;rounded=0;html=1;endArrow=block;" edge="1" parent="1" source="d_space" target="d_space_abort"><mxGeometry relative="1" as="geometry"/></mxCell>
        <mxCell id="e_d_dry_ok" value="Yes" style="edgeStyle=orthogonalEdgeStyle;rounded=0;html=1;endArrow=block;" edge="1" parent="1" source="d_dry" target="d_dry_ok"><mxGeometry relative="1" as="geometry"/></mxCell>
        <mxCell id="e_d_size_abort" value="error / timeout /
mismatch" style="edgeStyle=orthogonalEdgeStyle;rounded=0;html=1;endArrow=block;" edge="1" parent="1" source="d_size" target="d_size_abort"><mxGeometry relative="1" as="geometry"/></mxCell>
        <mxCell id="e_d_size_warn" value="size unknown" style="edgeStyle=orthogonalEdgeStyle;rounded=0;html=1;endArrow=block;" edge="1" parent="1" source="d_size" target="d_size_warn"><mxGeometry relative="1" as="geometry"/></mxCell>
        <mxCell id="e_d_size_warn_join" value="continue" style="edgeStyle=orthogonalEdgeStyle;rounded=0;html=1;endArrow=block;dashed=1;" edge="1" parent="1" source="d_size_warn" target="d_stagecopy"><mxGeometry relative="1" as="geometry"/></mxCell>
        <mxCell id="e_d_stagecopy_ok" value="Yes" style="edgeStyle=orthogonalEdgeStyle;rounded=0;html=1;endArrow=block;" edge="1" parent="1" source="d_stagecopy" target="d_stagecopy_ok"><mxGeometry relative="1" as="geometry"/></mxCell>
        <mxCell id="e_d_stageadd_ok" value="Yes" style="edgeStyle=orthogonalEdgeStyle;rounded=0;html=1;endArrow=block;" edge="1" parent="1" source="d_stageadd" target="d_stageadd_ok"><mxGeometry relative="1" as="geometry"/></mxCell>
        <mxCell id="e_d_act_abort" value="No" style="edgeStyle=orthogonalEdgeStyle;rounded=0;html=1;endArrow=block;" edge="1" parent="1" source="d_act" target="d_act_abort"><mxGeometry relative="1" as="geometry"/></mxCell>
        <mxCell id="e_d_confirm_abort" value="No" style="edgeStyle=orthogonalEdgeStyle;rounded=0;html=1;endArrow=block;" edge="1" parent="1" source="d_confirm" target="d_confirm_abort"><mxGeometry relative="1" as="geometry"/></mxCell>
        <mxCell id="e_d_members_abort" value="No" style="edgeStyle=orthogonalEdgeStyle;rounded=0;html=1;endArrow=block;" edge="1" parent="1" source="d_members" target="d_members_abort"><mxGeometry relative="1" as="geometry"/></mxCell>
        <mxCell id="e_d_members_warn" value="roster unknown" style="edgeStyle=orthogonalEdgeStyle;rounded=0;html=1;endArrow=block;" edge="1" parent="1" source="d_members" target="d_members_warn"><mxGeometry relative="1" as="geometry"/></mxCell>
        <mxCell id="e_d_members_warn_join" value="continue" style="edgeStyle=orthogonalEdgeStyle;rounded=0;html=1;endArrow=block;dashed=1;" edge="1" parent="1" source="d_members_warn" target="rollbackchk"><mxGeometry relative="1" as="geometry"/></mxCell>
        <mxCell id="e_d_commit_abort" value="failed" style="edgeStyle=orthogonalEdgeStyle;rounded=0;html=1;endArrow=block;" edge="1" parent="1" source="d_commit" target="d_commit_abort"><mxGeometry relative="1" as="geometry"/></mxCell>
        <mxCell id="e_d_commit_warn" value="unconfirmed" style="edgeStyle=orthogonalEdgeStyle;rounded=0;html=1;endArrow=block;" edge="1" parent="1" source="d_commit" target="d_commit_warn"><mxGeometry relative="1" as="geometry"/></mxCell>
        <mxCell id="e_d_commit_warn_join" value="continue" style="edgeStyle=orthogonalEdgeStyle;rounded=0;html=1;endArrow=block;dashed=1;" edge="1" parent="1" source="d_commit_warn" target="sync"><mxGeometry relative="1" as="geometry"/></mxCell>
        <mxCell id="e_start_host" value="" style="edgeStyle=orthogonalEdgeStyle;rounded=0;html=1;endArrow=block;" edge="1" parent="1" source="start" target="host"><mxGeometry relative="1" as="geometry"/></mxCell>
        <mxCell id="e_host_d_ip" value="" style="edgeStyle=orthogonalEdgeStyle;rounded=0;html=1;endArrow=block;" edge="1" parent="1" source="host" target="d_ip"><mxGeometry relative="1" as="geometry"/></mxCell>
        <mxCell id="e_d_ip_cred" value="" style="edgeStyle=orthogonalEdgeStyle;rounded=0;html=1;endArrow=block;" edge="1" parent="1" source="d_ip" target="cred"><mxGeometry relative="1" as="geometry"/></mxCell>
        <mxCell id="e_cred_d_cred" value="" style="edgeStyle=orthogonalEdgeStyle;rounded=0;html=1;endArrow=block;" edge="1" parent="1" source="cred" target="d_cred"><mxGeometry relative="1" as="geometry"/></mxCell>
        <mxCell id="e_d_cred_reach" value="" style="edgeStyle=orthogonalEdgeStyle;rounded=0;html=1;endArrow=block;" edge="1" parent="1" source="d_cred" target="reach"><mxGeometry relative="1" as="geometry"/></mxCell>
        <mxCell id="e_reach_d_reach" value="" style="edgeStyle=orthogonalEdgeStyle;rounded=0;html=1;endArrow=block;" edge="1" parent="1" source="reach" target="d_reach"><mxGeometry relative="1" as="geometry"/></mxCell>
        <mxCell id="e_d_reach_curr" value="" style="edgeStyle=orthogonalEdgeStyle;rounded=0;html=1;endArrow=block;" edge="1" parent="1" source="d_reach" target="curr"><mxGeometry relative="1" as="geometry"/></mxCell>
        <mxCell id="e_curr_d_target" value="" style="edgeStyle=orthogonalEdgeStyle;rounded=0;html=1;endArrow=block;" edge="1" parent="1" source="curr" target="d_target"><mxGeometry relative="1" as="geometry"/></mxCell>
-         <mxCell id="e_d_target_d_floor" value="No" style="edgeStyle=orthogonalEdgeStyle;rounded=0;html=1;endArrow=block;" edge="1" parent="1" source="d_target" target="d_floor"><mxGeometry relative="1" as="geometry"/></mxCell>
+         <mxCell id="e_d_target_avcsup" value="No" style="edgeStyle=orthogonalEdgeStyle;rounded=0;html=1;endArrow=block;" edge="1" parent="1" source="d_target" target="avcsup"><mxGeometry relative="1" as="geometry"/></mxCell>
+         <mxCell id="e_avcsup_d_floor" value="" style="edgeStyle=orthogonalEdgeStyle;rounded=0;html=1;endArrow=block;" edge="1" parent="1" source="avcsup" target="d_floor"><mxGeometry relative="1" as="geometry"/></mxCell>
        <mxCell id="e_d_floor_mode" value="Yes" style="edgeStyle=orthogonalEdgeStyle;rounded=0;html=1;endArrow=block;" edge="1" parent="1" source="d_floor" target="mode"><mxGeometry relative="1" as="geometry"/></mxCell>
        <mxCell id="e_mode_d_mode" value="" style="edgeStyle=orthogonalEdgeStyle;rounded=0;html=1;endArrow=block;" edge="1" parent="1" source="mode" target="d_mode"><mxGeometry relative="1" as="geometry"/></mxCell>
        <mxCell id="e_d_mode_img" value="Yes" style="edgeStyle=orthogonalEdgeStyle;rounded=0;html=1;endArrow=block;" edge="1" parent="1" source="d_mode" target="img"><mxGeometry relative="1" as="geometry"/></mxCell>
        <mxCell id="e_img_d_img" value="" style="edgeStyle=orthogonalEdgeStyle;rounded=0;html=1;endArrow=block;" edge="1" parent="1" source="img" target="d_img"><mxGeometry relative="1" as="geometry"/></mxCell>
        <mxCell id="e_d_img_d_clean" value="Yes" style="edgeStyle=orthogonalEdgeStyle;rounded=0;html=1;endArrow=block;" edge="1" parent="1" source="d_img" target="d_clean"><mxGeometry relative="1" as="geometry"/></mxCell>
        <mxCell id="e_d_clean_space" value="No" style="edgeStyle=orthogonalEdgeStyle;rounded=0;html=1;endArrow=block;" edge="1" parent="1" source="d_clean" target="space"><mxGeometry relative="1" as="geometry"/></mxCell>
        <mxCell id="e_space_d_space" value="" style="edgeStyle=orthogonalEdgeStyle;rounded=0;html=1;endArrow=block;" edge="1" parent="1" source="space" target="d_space"><mxGeometry relative="1" as="geometry"/></mxCell>
        <mxCell id="e_d_space_d_dry" value="Yes" style="edgeStyle=orthogonalEdgeStyle;rounded=0;html=1;endArrow=block;" edge="1" parent="1" source="d_space" target="d_dry"><mxGeometry relative="1" as="geometry"/></mxCell>
        <mxCell id="e_d_dry_copy" value="No" style="edgeStyle=orthogonalEdgeStyle;rounded=0;html=1;endArrow=block;" edge="1" parent="1" source="d_dry" target="copy"><mxGeometry relative="1" as="geometry"/></mxCell>
        <mxCell id="e_copy_d_size" value="" style="edgeStyle=orthogonalEdgeStyle;rounded=0;html=1;endArrow=block;" edge="1" parent="1" source="copy" target="d_size"><mxGeometry relative="1" as="geometry"/></mxCell>
        <mxCell id="e_d_size_d_stagecopy" value="match" style="edgeStyle=orthogonalEdgeStyle;rounded=0;html=1;endArrow=block;" edge="1" parent="1" source="d_size" target="d_stagecopy"><mxGeometry relative="1" as="geometry"/></mxCell>
        <mxCell id="e_d_stagecopy_roster" value="full / stage-add" style="edgeStyle=orthogonalEdgeStyle;rounded=0;html=1;endArrow=block;" edge="1" parent="1" source="d_stagecopy" target="roster"><mxGeometry relative="1" as="geometry"/></mxCell>
        <mxCell id="e_roster_add" value="" style="edgeStyle=orthogonalEdgeStyle;rounded=0;html=1;endArrow=block;" edge="1" parent="1" source="roster" target="add"><mxGeometry relative="1" as="geometry"/></mxCell>
        <mxCell id="e_add_d_stageadd" value="" style="edgeStyle=orthogonalEdgeStyle;rounded=0;html=1;endArrow=block;" edge="1" parent="1" source="add" target="d_stageadd"><mxGeometry relative="1" as="geometry"/></mxCell>
        <mxCell id="e_d_stageadd_cfgsync" value="full" style="edgeStyle=orthogonalEdgeStyle;rounded=0;html=1;endArrow=block;" edge="1" parent="1" source="d_stageadd" target="cfgsync"><mxGeometry relative="1" as="geometry"/></mxCell>
        <mxCell id="e_cfgsync_idle" value="" style="edgeStyle=orthogonalEdgeStyle;rounded=0;html=1;endArrow=block;" edge="1" parent="1" source="cfgsync" target="idle"><mxGeometry relative="1" as="geometry"/></mxCell>
        <mxCell id="e_idle_act" value="" style="edgeStyle=orthogonalEdgeStyle;rounded=0;html=1;endArrow=block;" edge="1" parent="1" source="idle" target="act"><mxGeometry relative="1" as="geometry"/></mxCell>
        <mxCell id="e_act_d_act" value="" style="edgeStyle=orthogonalEdgeStyle;rounded=0;html=1;endArrow=block;" edge="1" parent="1" source="act" target="d_act"><mxGeometry relative="1" as="geometry"/></mxCell>
        <mxCell id="e_d_act_waitc" value="Yes" style="edgeStyle=orthogonalEdgeStyle;rounded=0;html=1;endArrow=block;" edge="1" parent="1" source="d_act" target="waitc"><mxGeometry relative="1" as="geometry"/></mxCell>
        <mxCell id="e_waitc_d_confirm" value="" style="edgeStyle=orthogonalEdgeStyle;rounded=0;html=1;endArrow=block;" edge="1" parent="1" source="waitc" target="d_confirm"><mxGeometry relative="1" as="geometry"/></mxCell>
        <mxCell id="e_d_confirm_d_members" value="Yes" style="edgeStyle=orthogonalEdgeStyle;rounded=0;html=1;endArrow=block;" edge="1" parent="1" source="d_confirm" target="d_members"><mxGeometry relative="1" as="geometry"/></mxCell>
        <mxCell id="e_d_members_rollbackchk" value="Yes / standalone" style="edgeStyle=orthogonalEdgeStyle;rounded=0;html=1;endArrow=block;" edge="1" parent="1" source="d_members" target="rollbackchk"><mxGeometry relative="1" as="geometry"/></mxCell>
        <mxCell id="e_rollbackchk_commit" value="" style="edgeStyle=orthogonalEdgeStyle;rounded=0;html=1;endArrow=block;" edge="1" parent="1" source="rollbackchk" target="commit"><mxGeometry relative="1" as="geometry"/></mxCell>
        <mxCell id="e_commit_d_commit" value="" style="edgeStyle=orthogonalEdgeStyle;rounded=0;html=1;endArrow=block;" edge="1" parent="1" source="commit" target="d_commit"><mxGeometry relative="1" as="geometry"/></mxCell>
        <mxCell id="e_d_commit_sync" value="Yes" style="edgeStyle=orthogonalEdgeStyle;rounded=0;html=1;endArrow=block;" edge="1" parent="1" source="d_commit" target="sync"><mxGeometry relative="1" as="geometry"/></mxCell>
        <mxCell id="e_sync_d_remove" value="" style="edgeStyle=orthogonalEdgeStyle;rounded=0;html=1;endArrow=block;" edge="1" parent="1" source="sync" target="d_remove"><mxGeometry relative="1" as="geometry"/></mxCell>
        <mxCell id="e_remove_yes" value="Yes" style="edgeStyle=orthogonalEdgeStyle;rounded=0;html=1;endArrow=block;" edge="1" parent="1" source="d_remove" target="remove"><mxGeometry relative="1" as="geometry"/></mxCell>
        <mxCell id="e_remove_ok" value="" style="edgeStyle=orthogonalEdgeStyle;rounded=0;html=1;endArrow=block;" edge="1" parent="1" source="remove" target="ok"><mxGeometry relative="1" as="geometry"/></mxCell>
        <mxCell id="e_remove_no" value="No" style="edgeStyle=orthogonalEdgeStyle;rounded=0;html=1;endArrow=block;" edge="1" parent="1" source="d_remove" target="ok"><mxGeometry relative="1" as="geometry"/></mxCell>
      </root>
    </mxGraphModel>
  </diagram>
</mxfile>
